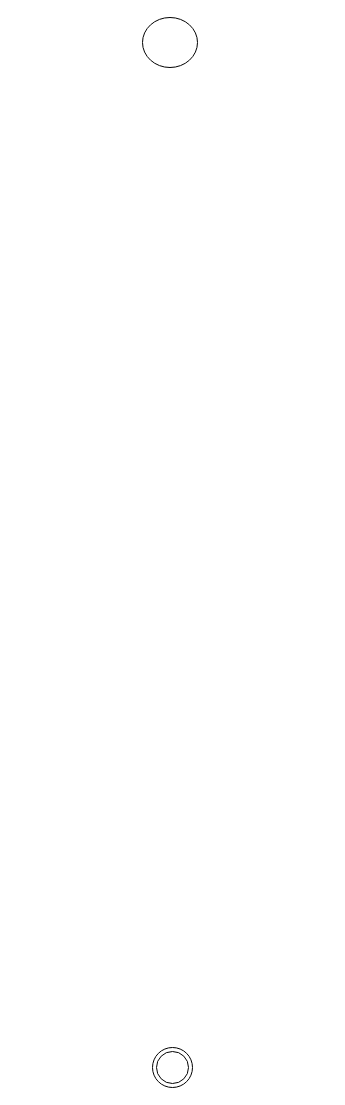
TipperChristopher/.github.io.matahi keeps this draw.io diagram as Untitled Diagram.drawio. Above is the earlier version. Source tidied: cells renumbered, new cells numbered last; positions are measured from the earlier drawing's top-left corner, leaving out a move shared by most shapes. Both pictures are drawn from the tidied source at 100%, with x=0, y=0 at pixel (142, 17).
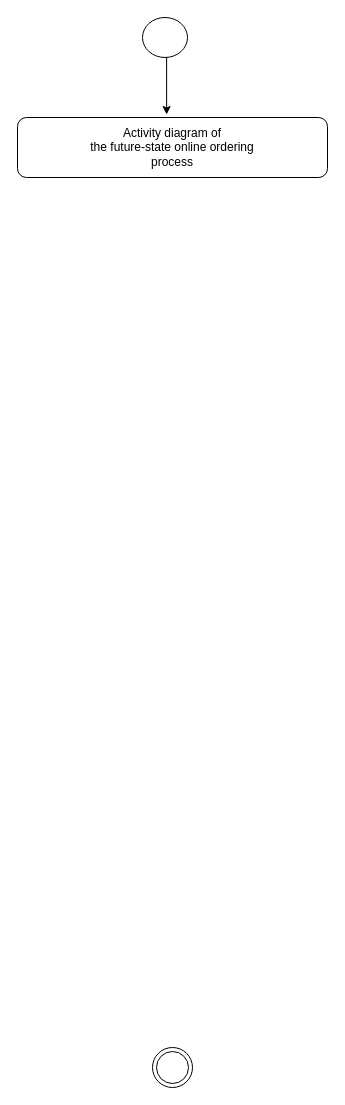
The same diagram, later.

Diff of the diagram source:
```diff
@@
 <mxGraphModel>
   <root>
     <mxCell id="0" />
     <mxCell id="1" parent="0" />
     <mxCell id="2" style="ellipse;shape=doubleEllipse;whiteSpace=wrap;html=1;" parent="1" vertex="1">
       <mxGeometry x="10" y="1030" width="40" height="40" as="geometry" />
     </mxCell>
     <mxCell id="3" style="ellipse;whiteSpace=wrap;html=1;" parent="1" vertex="1">
-      <mxGeometry width="55" height="50" as="geometry" />
+      <mxGeometry width="45" height="40" as="geometry" />
     </mxCell>
+    <mxCell id="4" style="rounded=1;whiteSpace=wrap;html=1;" parent="1" vertex="1">
+      <mxGeometry x="-125" y="100" width="310" height="60" as="geometry" />
+    </mxCell>
+    <mxCell id="5" style="endArrow=classic;html=1;rounded=0;entryX=0.481;entryY=-0.05;entryDx=0;entryDy=0;entryPerimeter=0;exitX=0.536;exitY=1;exitDx=0;exitDy=0;exitPerimeter=0;" parent="1" edge="1" source="3" target="4">
+      <mxGeometry relative="1" as="geometry" />
+    </mxCell>
+    <mxCell id="6" value="Activity diagram of&lt;br/&gt;the future-state online ordering&lt;br/&gt;process " style="text;html=1;strokeColor=none;fillColor=none;align=center;verticalAlign=middle;whiteSpace=wrap;rounded=0;" parent="1" vertex="1">
+      <mxGeometry x="-125" y="115" width="310" height="30" as="geometry" />
+    </mxCell>
   </root>
 </mxGraphModel>
```
